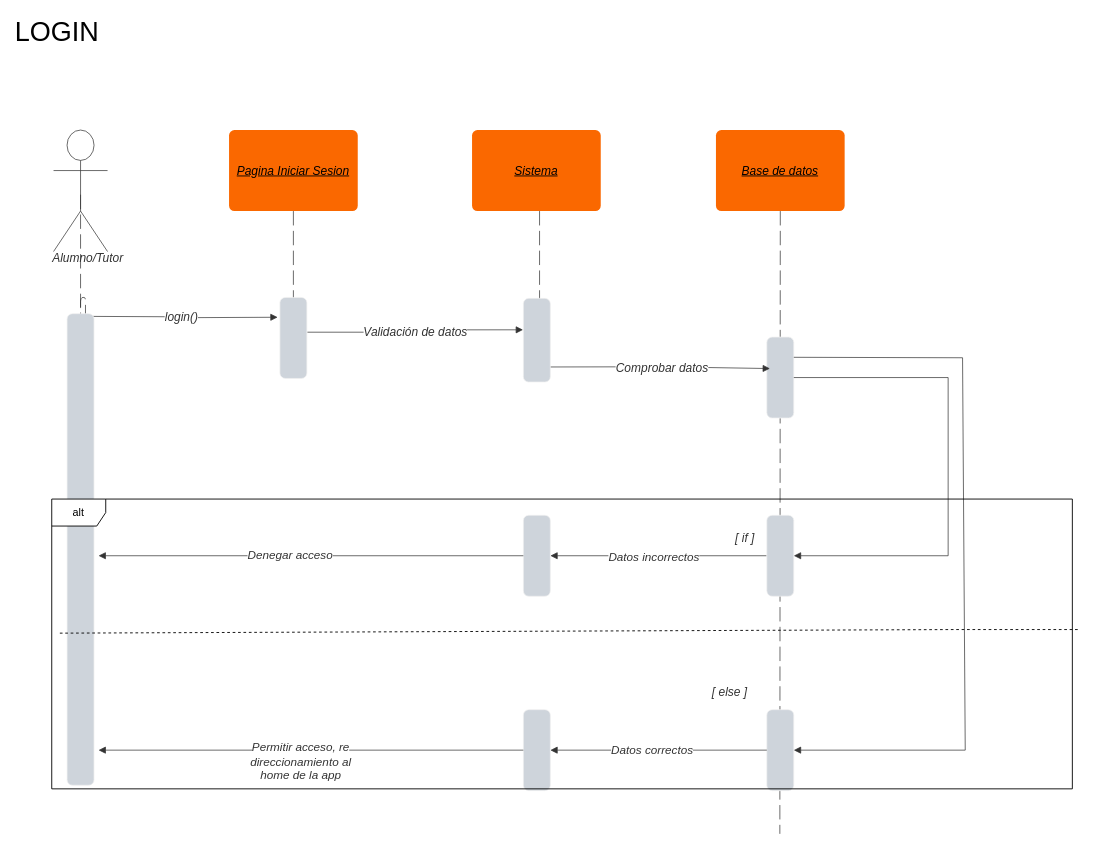
TP-SE1/TP_SOS-UC keeps this draw.io diagram as page "login" (1 of 12) of diagrama_secuencia.drawio. Above is the earlier version. Source tidied: cells renumbered, new cells numbered last; positions are measured from the earlier drawing's top-left corner, leaving out a move shared by most shapes. Both pictures are drawn from the tidied source at 90%, with x=0, y=0 at pixel (30, 18).
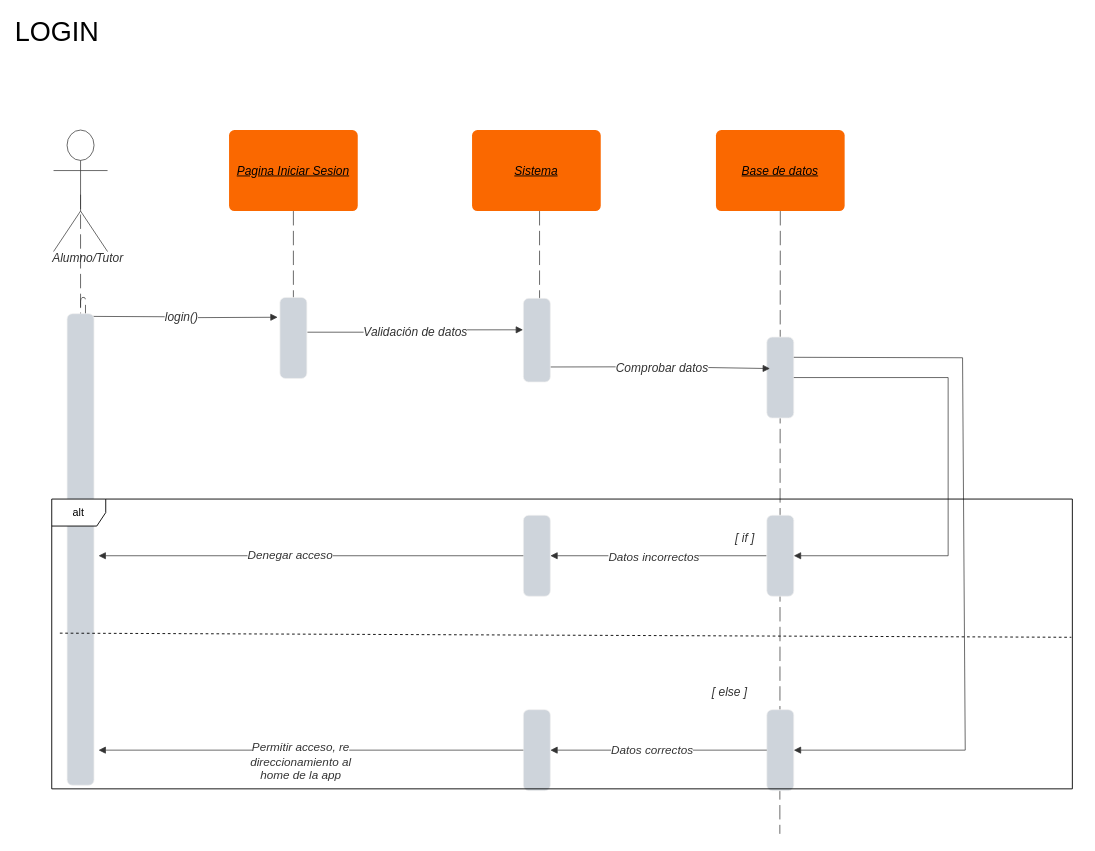
The same diagram, later.

The change refers to these unchanged cells:
```xml
<mxCell id="40" value="alt" style="shape=umlFrame;whiteSpace=wrap;html=1;" parent="1" vertex="1">
  <mxGeometry x="24" y="534" width="1134" height="322" as="geometry" />
</mxCell>
```

Diff of the diagram source:
```diff
@@
-    <mxCell id="41" style="endArrow=none;dashed=1;html=1;rounded=0;" parent="1" edge="1">
+    <mxCell id="41" style="endArrow=none;dashed=1;html=1;rounded=0;entryX=0.999;entryY=0.477;entryDx=0;entryDy=0;entryPerimeter=0;" parent="1" edge="1" target="40">
       <mxGeometry relative="1" as="geometry">
         <mxPoint x="33" y="683" as="sourcePoint" />
-        <mxPoint x="1165" y="679" as="targetPoint" />
-        <Array as="points">
-          <mxPoint x="1029" y="679" />
-        </Array>
       </mxGeometry>
     </mxCell>
```
